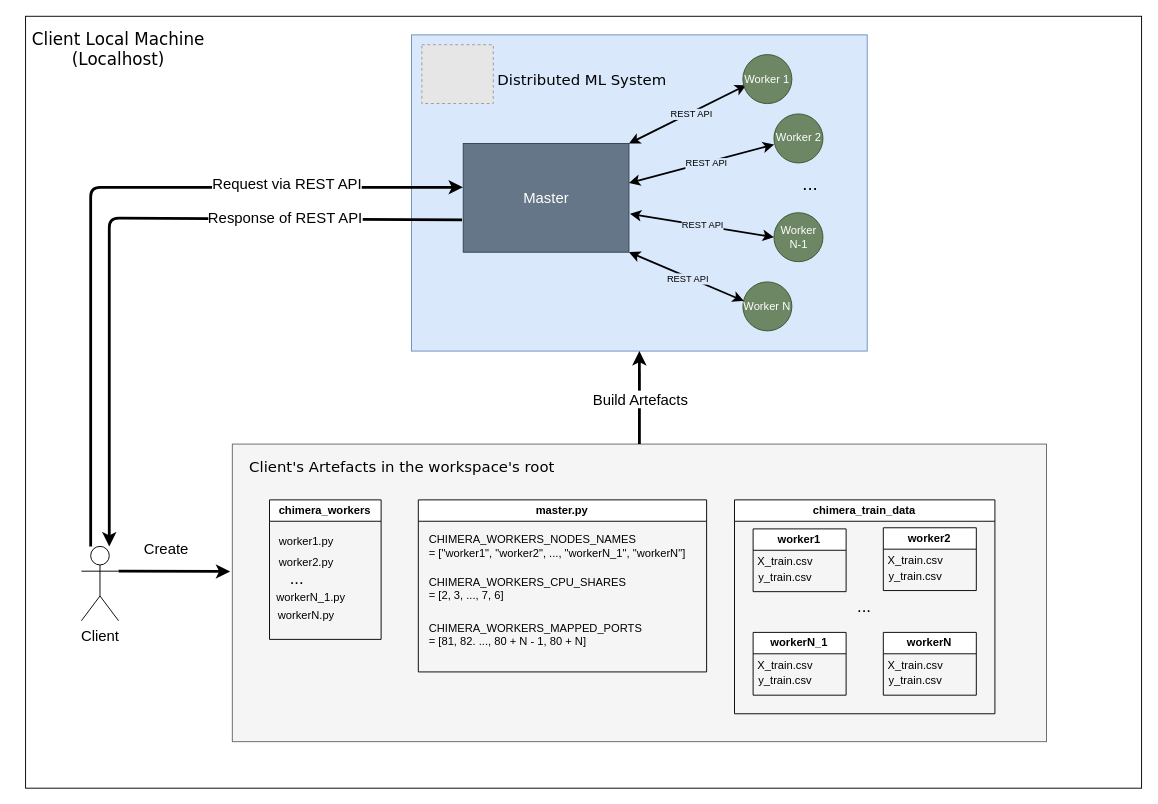
The draw.io diagram images/client/client_interactions.drawio in Samirnunes/chimera, before the edit. Source tidied: cells renumbered, new cells numbered last; positions are measured from the earlier drawing's top-left corner, leaving out a move shared by most shapes. Both pictures are drawn from the tidied source at 93%, with x=0, y=0 at pixel (16, 16). Pictures stored in the file or linked from it are replaced by grey dashed boxes.
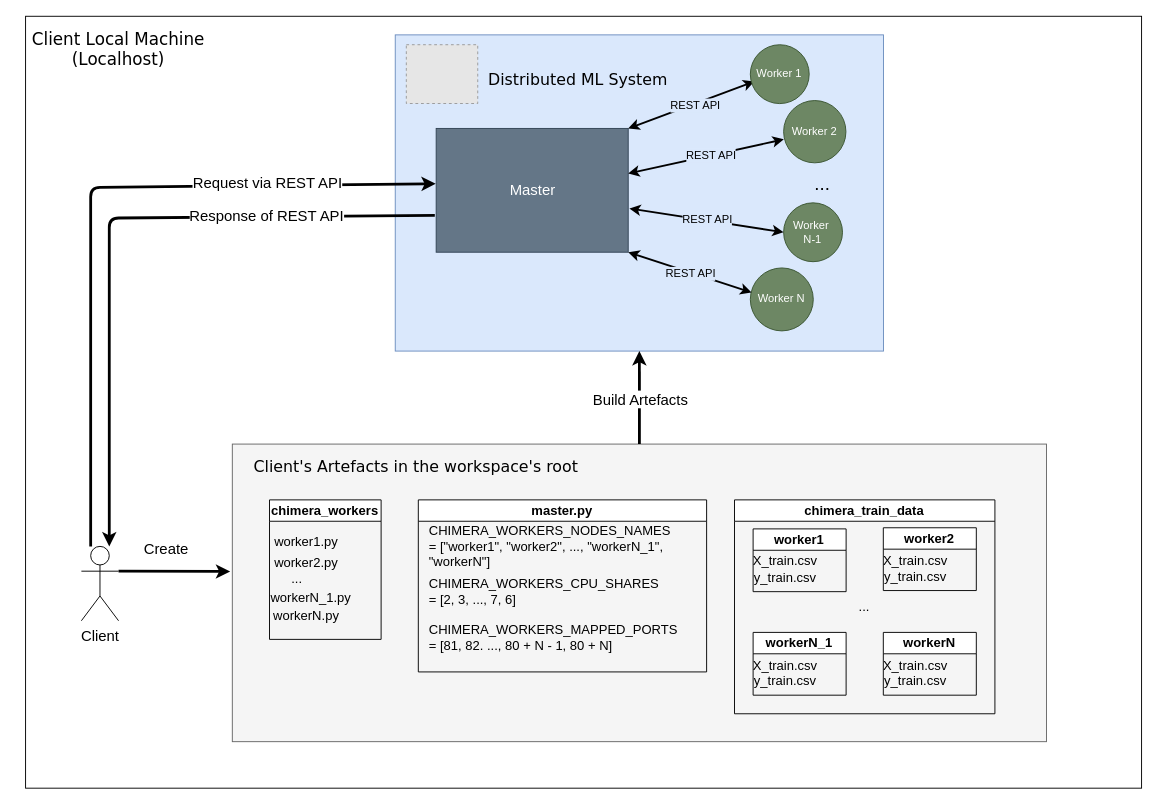
The same diagram, later.

Unchanged cells that the change refers to:
```xml
<mxCell id="11" style="endArrow=classic;startArrow=classic;html=1;exitX=1;exitY=0;exitDx=0;exitDy=0;entryX=0.07;entryY=0.623;entryDx=0;entryDy=0;entryPerimeter=0;strokeWidth=2;" parent="9" edge="1" source="10" target="13">
  <mxGeometry relative="1" as="geometry" />
</mxCell>
<mxCell id="18" style="endArrow=classic;startArrow=classic;html=1;exitX=1;exitY=0.364;exitDx=0;exitDy=0;exitPerimeter=0;entryX=0.003;entryY=0.623;entryDx=0;entryDy=0;entryPerimeter=0;strokeWidth=2;" parent="9" edge="1" source="10" target="14">
  <mxGeometry relative="1" as="geometry" />
</mxCell>
<mxCell id="20" style="endArrow=classic;startArrow=classic;html=1;exitX=1.006;exitY=0.647;exitDx=0;exitDy=0;exitPerimeter=0;entryX=0;entryY=0.5;entryDx=0;entryDy=0;strokeWidth=2;" parent="9" edge="1" source="10" target="15">
  <mxGeometry relative="1" as="geometry" />
</mxCell>
<mxCell id="22" style="endArrow=classic;startArrow=classic;html=1;exitX=1;exitY=1;exitDx=0;exitDy=0;entryX=0.02;entryY=0.39;entryDx=0;entryDy=0;entryPerimeter=0;strokeWidth=2;" parent="9" edge="1" source="10" target="16">
  <mxGeometry relative="1" as="geometry" />
</mxCell>
```

The edit, as a diff of the source:
```diff
@@
-    <mxCell id="6" value="&lt;font face=&quot;Verdana&quot; style=&quot;font-size: 16px;&quot;&gt;Client's Artefacts in the workspace's root&lt;/font&gt;" style="text;html=1;align=center;verticalAlign=middle;whiteSpace=wrap;rounded=0;" parent="1" vertex="1">
-      <mxGeometry x="240" y="470" width="350" height="30" as="geometry" />
+    <mxCell id="6" value="&lt;font face=&quot;Verdana&quot; style=&quot;font-size: 17px;&quot;&gt;Client's Artefacts in the workspace's root&lt;/font&gt;" style="text;html=1;align=center;verticalAlign=middle;whiteSpace=wrap;rounded=0;" parent="1" vertex="1">
+      <mxGeometry x="240" y="470" width="380" height="30" as="geometry" />
     </mxCell>
     <mxCell id="7" style="group;" parent="1" vertex="1">
-      <mxGeometry x="425" y="20" width="490" height="340" as="geometry" />
+      <mxGeometry x="407.5" y="20" width="525" height="340" as="geometry" />
     </mxCell>
     <mxCell id="8" style="rounded=0;whiteSpace=wrap;html=1;fillColor=#dae8fc;strokeColor=#6c8ebf;" parent="7" vertex="1">
-      <mxGeometry width="490" height="340" as="geometry" />
+      <mxGeometry width="525" height="340" as="geometry" />
     </mxCell>
     <mxCell id="9" style="group;" parent="7" vertex="1">
-      <mxGeometry x="11.1" y="10.6" width="456.6" height="308.1" as="geometry" />
+      <mxGeometry x="11.9" y="10.6" width="489.2" height="308.1" as="geometry" />
     </mxCell>
     <mxCell id="10" value="&lt;font style=&quot;color: rgb(255, 255, 255); font-size: 16px;&quot;&gt;Master&lt;/font&gt;" style="rounded=0;whiteSpace=wrap;html=1;fillColor=#647687;strokeColor=#314354;fontColor=#ffffff;" parent="9" vertex="1">
-      <mxGeometry x="44.5" y="106.2" width="178.2" height="116.9" as="geometry" />
+      <mxGeometry x="32.1" y="90" width="206.5" height="133.1" as="geometry" />
     </mxCell>
@@
-    <mxCell id="12" value="REST API" style="edgeLabel;html=1;align=center;verticalAlign=middle;fontSize=10;labelBackgroundColor=light-dark(#dae8fc, #ededed);" parent="11" vertex="1">
+    <mxCell id="12" value="REST API" style="edgeLabel;html=1;align=center;verticalAlign=middle;fontSize=12;labelBackgroundColor=light-dark(#dae8fc, #ededed);" parent="11" vertex="1">
       <mxGeometry x="0.05" y="-1" relative="1" as="geometry" />
     </mxCell>
     <mxCell id="13" value="&lt;font style=&quot;color: rgb(255, 255, 255);&quot;&gt;Worker 1&lt;/font&gt;" style="ellipse;whiteSpace=wrap;html=1;fillColor=#6d8764;strokeColor=#3A5431;fontColor=#ffffff;" parent="9" vertex="1">
-      <mxGeometry x="345.2" y="10.6" width="52.7" height="52.7" as="geometry" />
+      <mxGeometry x="369.9" width="63.3" height="63.3" as="geometry" />
     </mxCell>
     <mxCell id="14" value="&lt;span style=&quot;&quot;&gt;&lt;font style=&quot;color: rgb(255, 255, 255);&quot;&gt;Worker 2&lt;/font&gt;&lt;/span&gt;" style="ellipse;whiteSpace=wrap;html=1;fillColor=#6d8764;strokeColor=#3A5431;fontColor=#ffffff;" parent="9" vertex="1">
-      <mxGeometry x="378.6" y="74.4" width="52.7" height="52.7" as="geometry" />
+      <mxGeometry x="405.7" y="60" width="67" height="67" as="geometry" />
     </mxCell>
-    <mxCell id="15" value="&lt;span style=&quot;&quot;&gt;&lt;font style=&quot;color: rgb(255, 255, 255);&quot;&gt;Worker N-1&lt;/font&gt;&lt;/span&gt;" style="ellipse;whiteSpace=wrap;html=1;fillColor=#6d8764;strokeColor=#3A5431;fontColor=#ffffff;" parent="9" vertex="1">
-      <mxGeometry x="378.6" y="180.6" width="52.7" height="52.7" as="geometry" />
+    <mxCell id="15" value="&lt;span style=&quot;&quot;&gt;&lt;font style=&quot;color: rgb(255, 255, 255);&quot;&gt;Worker&amp;nbsp;&lt;/font&gt;&lt;/span&gt;&lt;div&gt;&lt;span style=&quot;&quot;&gt;&lt;font style=&quot;color: rgb(255, 255, 255);&quot;&gt;N-1&lt;/font&gt;&lt;/span&gt;&lt;/div&gt;" style="ellipse;whiteSpace=wrap;html=1;fillColor=#6d8764;strokeColor=#3A5431;fontColor=#ffffff;" parent="9" vertex="1">
+      <mxGeometry x="405.7" y="170" width="63.3" height="63.3" as="geometry" />
     </mxCell>
     <mxCell id="16" value="&lt;span style=&quot;&quot;&gt;&lt;font style=&quot;color: rgb(255, 255, 255);&quot;&gt;Worker N&lt;/font&gt;&lt;/span&gt;" style="ellipse;whiteSpace=wrap;html=1;fillColor=#6d8764;strokeColor=#3A5431;fontColor=#ffffff;" parent="9" vertex="1">
-      <mxGeometry x="345.2" y="255" width="52.7" height="52.7" as="geometry" />
+      <mxGeometry x="369.9" y="240" width="67.7" height="67.7" as="geometry" />
     </mxCell>
     <mxCell id="17" value="&lt;font style=&quot;font-size: 20px;&quot;&gt;...&lt;/font&gt;" style="text;html=1;align=center;verticalAlign=middle;whiteSpace=wrap;rounded=0;" parent="9" vertex="1">
-      <mxGeometry x="378.6" y="127.5" width="78" height="42.5" as="geometry" />
+      <mxGeometry x="405.7" y="127.5" width="83.5" height="42.5" as="geometry" />
     </mxCell>
@@
-    <mxCell id="19" value="&lt;span style=&quot;color: rgb(0, 0, 0);&quot;&gt;REST API&lt;/span&gt;" style="edgeLabel;html=1;align=center;verticalAlign=middle;fontSize=10;labelBackgroundColor=light-dark(#dae8fc, #ededed);" parent="18" vertex="1">
+    <mxCell id="19" value="&lt;span style=&quot;color: rgb(0, 0, 0);&quot;&gt;REST API&lt;/span&gt;" style="edgeLabel;html=1;align=center;verticalAlign=middle;fontSize=12;labelBackgroundColor=light-dark(#dae8fc, #ededed);" parent="18" vertex="1">
       <mxGeometry x="0.06" relative="1" as="geometry" />
     </mxCell>
@@
-    <mxCell id="21" value="&lt;span style=&quot;color: rgb(0, 0, 0);&quot;&gt;REST API&lt;/span&gt;" style="edgeLabel;html=1;align=center;verticalAlign=middle;fontSize=10;labelBackgroundColor=light-dark(#dae8fc, #ededed);" parent="20" vertex="1">
+    <mxCell id="21" value="&lt;span style=&quot;color: rgb(0, 0, 0);&quot;&gt;REST API&lt;/span&gt;" style="edgeLabel;html=1;align=center;verticalAlign=middle;fontSize=12;labelBackgroundColor=light-dark(#dae8fc, #ededed);" parent="20" vertex="1">
       <mxGeometry y="1" relative="1" as="geometry" />
     </mxCell>
@@
-    <mxCell id="23" value="&lt;span style=&quot;color: rgb(0, 0, 0);&quot;&gt;REST API&lt;/span&gt;" style="edgeLabel;html=1;align=center;verticalAlign=middle;fontSize=10;labelBackgroundColor=light-dark(#dae8fc, #ededed);" parent="22" vertex="1">
+    <mxCell id="23" value="&lt;span style=&quot;color: rgb(0, 0, 0);&quot;&gt;REST API&lt;/span&gt;" style="edgeLabel;html=1;align=center;verticalAlign=middle;fontSize=12;labelBackgroundColor=light-dark(#dae8fc, #ededed);" parent="22" vertex="1">
       <mxGeometry x="0.01" y="-1" relative="1" as="geometry" />
     </mxCell>
-    <mxCell id="24" value="&lt;font face=&quot;Verdana&quot; style=&quot;font-size: 16px;&quot;&gt;&amp;nbsp;Distributed ML System&lt;/font&gt;" style="text;html=1;align=center;verticalAlign=middle;whiteSpace=wrap;rounded=0;" parent="9" vertex="1">
-      <mxGeometry x="63.9" y="21" width="211.6" height="31.9" as="geometry" />
+    <mxCell id="24" value="&lt;font face=&quot;Verdana&quot; style=&quot;font-size: 17px;&quot;&gt;&amp;nbsp;Distributed ML System&lt;/font&gt;" style="text;html=1;align=center;verticalAlign=middle;whiteSpace=wrap;rounded=0;" parent="9" vertex="1">
+      <mxGeometry x="68.4" y="21" width="226.7" height="31.9" as="geometry" />
     </mxCell>
     <mxCell id="25" style="fillColor=#E6E6E6;strokeColor=#999999;dashed=1;verticalLabelPosition=bottom;labelBackgroundColor=default;verticalAlign=top;" parent="7" vertex="1">
-      <mxGeometry x="11.1" y="10.6" width="76.8" height="63.2" as="geometry" />
+      <mxGeometry x="11.9" y="10.6" width="76.8" height="63.2" as="geometry" />
     </mxCell>
-    <mxCell id="26" style="group;" parent="1" vertex="1">
+    <mxCell id="26" style="group;fontSize=14;" parent="1" vertex="1">
       <mxGeometry x="272.3" y="520" width="120" height="150" as="geometry" />
     </mxCell>
-    <mxCell id="27" value="chimera_workers" style="swimlane;whiteSpace=wrap;html=1;" parent="26" vertex="1">
+    <mxCell id="27" value="chimera_workers" style="swimlane;whiteSpace=wrap;html=1;fontSize=14;" parent="26" vertex="1">
       <mxGeometry width="120" height="150" as="geometry" />
     </mxCell>
-    <mxCell id="28" value="worker2.py" style="text;html=1;align=center;verticalAlign=middle;whiteSpace=wrap;rounded=0;" parent="27" vertex="1">
+    <mxCell id="28" value="worker2.py" style="text;html=1;align=center;verticalAlign=middle;whiteSpace=wrap;rounded=0;fontSize=14;" parent="27" vertex="1">
       <mxGeometry x="5" y="52.5" width="70" height="30" as="geometry" />
     </mxCell>
-    <mxCell id="29" value="workerN.py" style="text;html=1;align=center;verticalAlign=middle;whiteSpace=wrap;rounded=0;" parent="27" vertex="1">
+    <mxCell id="29" value="workerN.py" style="text;html=1;align=center;verticalAlign=middle;whiteSpace=wrap;rounded=0;fontSize=14;" parent="27" vertex="1">
       <mxGeometry x="5" y="110" width="70" height="30" as="geometry" />
     </mxCell>
-    <mxCell id="30" value="worker1.py" style="text;html=1;align=center;verticalAlign=middle;whiteSpace=wrap;rounded=0;" parent="26" vertex="1">
+    <mxCell id="30" value="worker1.py" style="text;html=1;align=center;verticalAlign=middle;whiteSpace=wrap;rounded=0;fontSize=14;" parent="26" vertex="1">
       <mxGeometry x="10" y="30" width="60" height="30" as="geometry" />
     </mxCell>
-    <mxCell id="31" value="workerN_1.py" style="text;html=1;align=center;verticalAlign=middle;whiteSpace=wrap;rounded=0;" parent="26" vertex="1">
+    <mxCell id="31" value="workerN_1.py" style="text;html=1;align=center;verticalAlign=middle;whiteSpace=wrap;rounded=0;fontSize=14;" parent="26" vertex="1">
       <mxGeometry x="10" y="90" width="70" height="30" as="geometry" />
     </mxCell>
-    <mxCell id="32" value="&lt;font style=&quot;font-size: 18px;&quot;&gt;...&lt;/font&gt;" style="text;html=1;align=center;verticalAlign=middle;whiteSpace=wrap;rounded=0;" parent="26" vertex="1">
+    <mxCell id="32" value="&lt;font&gt;...&lt;/font&gt;" style="text;html=1;align=center;verticalAlign=middle;whiteSpace=wrap;rounded=0;fontSize=14;" parent="26" vertex="1">
       <mxGeometry y="70" width="60" height="30" as="geometry" />
     </mxCell>
-    <mxCell id="33" style="group;" parent="1" vertex="1">
+    <mxCell id="33" style="group;fontSize=14;" parent="1" vertex="1">
       <mxGeometry x="432.3" y="520" width="310" height="185" as="geometry" />
     </mxCell>
-    <mxCell id="34" value="master.py" style="swimlane;whiteSpace=wrap;html=1;" parent="33" vertex="1">
+    <mxCell id="34" value="master.py" style="swimlane;whiteSpace=wrap;html=1;fontSize=14;" parent="33" vertex="1">
       <mxGeometry width="310" height="185" as="geometry" />
     </mxCell>
-    <mxCell id="35" value="&lt;font&gt;CHIMERA_WORKERS_NODES_NAMES&lt;/font&gt;&lt;div&gt;&lt;font&gt;=&amp;nbsp;[&quot;worker1&quot;, &quot;worker2&quot;, ..., &quot;workerN_1&quot;, &quot;workerN&quot;]&lt;/font&gt;&lt;/div&gt;" style="text;html=1;align=left;verticalAlign=middle;whiteSpace=wrap;rounded=0;" parent="34" vertex="1">
+    <mxCell id="35" value="&lt;font&gt;CHIMERA_WORKERS_NODES_NAMES&lt;/font&gt;&lt;div&gt;&lt;font&gt;=&amp;nbsp;[&quot;worker1&quot;, &quot;worker2&quot;, ..., &quot;workerN_1&quot;, &quot;workerN&quot;]&lt;/font&gt;&lt;/div&gt;" style="text;html=1;align=left;verticalAlign=middle;whiteSpace=wrap;rounded=0;fontSize=14;" parent="34" vertex="1">
       <mxGeometry x="10" y="35" width="280" height="30" as="geometry" />
     </mxCell>
-    <mxCell id="36" value="CHIMERA_WORKERS_MAPPED_PORTS&#10;= [81, 82. ..., 80 + N - 1, 80 + N]" style="text;whiteSpace=wrap;" parent="34" vertex="1">
+    <mxCell id="36" value="CHIMERA_WORKERS_MAPPED_PORTS&#10;= [81, 82. ..., 80 + N - 1, 80 + N]" style="text;whiteSpace=wrap;fontSize=14;" parent="34" vertex="1">
       <mxGeometry x="10" y="125" width="260" height="40" as="geometry" />
     </mxCell>
-    <mxCell id="37" value="CHIMERA_WORKERS_CPU_SHARES &#10;= [2, 3, ..., 7, 6]" style="text;whiteSpace=wrap;" parent="33" vertex="1">
+    <mxCell id="37" value="CHIMERA_WORKERS_CPU_SHARES &#10;= [2, 3, ..., 7, 6]" style="text;whiteSpace=wrap;fontSize=14;" parent="33" vertex="1">
       <mxGeometry x="10" y="75" width="250" height="40" as="geometry" />
     </mxCell>
-    <mxCell id="38" style="group;" parent="1" vertex="1">
+    <mxCell id="38" style="group;fontSize=14;" parent="1" vertex="1">
       <mxGeometry x="772.3" y="520" width="280" height="230" as="geometry" />
     </mxCell>
-    <mxCell id="39" value="chimera_train_data" style="swimlane;whiteSpace=wrap;html=1;" parent="38" vertex="1">
+    <mxCell id="39" value="chimera_train_data" style="swimlane;whiteSpace=wrap;html=1;fontSize=14;" parent="38" vertex="1">
       <mxGeometry width="280" height="230" as="geometry" />
     </mxCell>
-    <mxCell id="40" value="worker2" style="swimlane;whiteSpace=wrap;html=1;startSize=23;" parent="38" vertex="1">
+    <mxCell id="40" value="worker2" style="swimlane;whiteSpace=wrap;html=1;startSize=23;fontSize=14;" parent="38" vertex="1">
       <mxGeometry x="160" y="30" width="100" height="67.5" as="geometry" />
     </mxCell>
-    <mxCell id="41" value="workerN_1" style="swimlane;whiteSpace=wrap;html=1;startSize=23;" parent="38" vertex="1">
+    <mxCell id="41" value="workerN_1" style="swimlane;whiteSpace=wrap;html=1;startSize=23;fontSize=14;" parent="38" vertex="1">
       <mxGeometry x="20" y="142.5" width="100" height="67.5" as="geometry" />
     </mxCell>
-    <mxCell id="42" value="workerN" style="swimlane;whiteSpace=wrap;html=1;startSize=23;" parent="38" vertex="1">
+    <mxCell id="42" value="workerN" style="swimlane;whiteSpace=wrap;html=1;startSize=23;fontSize=14;" parent="38" vertex="1">
       <mxGeometry x="160" y="142.5" width="100" height="67.5" as="geometry" />
     </mxCell>
-    <mxCell id="43" value="&lt;font style=&quot;font-size: 18px;&quot;&gt;...&lt;/font&gt;" style="text;html=1;align=center;verticalAlign=middle;whiteSpace=wrap;rounded=0;" parent="38" vertex="1">
+    <mxCell id="43" value="&lt;font&gt;...&lt;/font&gt;" style="text;html=1;align=center;verticalAlign=middle;whiteSpace=wrap;rounded=0;fontSize=14;" parent="38" vertex="1">
       <mxGeometry x="110" y="100" width="60" height="30" as="geometry" />
     </mxCell>
-    <mxCell id="44" value="worker1" style="swimlane;whiteSpace=wrap;html=1;startSize=23;" parent="38" vertex="1">
+    <mxCell id="44" value="worker1" style="swimlane;whiteSpace=wrap;html=1;startSize=23;fontSize=14;" parent="38" vertex="1">
       <mxGeometry x="20" y="31.2" width="100" height="67.5" as="geometry" />
     </mxCell>
-    <mxCell id="45" value="X_train.csv" style="text;html=1;align=center;verticalAlign=middle;whiteSpace=wrap;rounded=0;" parent="38" vertex="1">
+    <mxCell id="45" value="X_train.csv" style="text;html=1;align=center;verticalAlign=middle;whiteSpace=wrap;rounded=0;fontSize=14;" parent="38" vertex="1">
       <mxGeometry x="25" y="51.2" width="60" height="30" as="geometry" />
     </mxCell>
-    <mxCell id="46" value="y_train.csv" style="text;html=1;align=center;verticalAlign=middle;whiteSpace=wrap;rounded=0;" parent="38" vertex="1">
+    <mxCell id="46" value="y_train.csv" style="text;html=1;align=center;verticalAlign=middle;whiteSpace=wrap;rounded=0;fontSize=14;" parent="38" vertex="1">
       <mxGeometry x="25" y="68.8" width="60" height="30" as="geometry" />
     </mxCell>
-    <mxCell id="47" value="X_train.csv" style="text;html=1;align=center;verticalAlign=middle;whiteSpace=wrap;rounded=0;" parent="38" vertex="1">
+    <mxCell id="47" value="X_train.csv" style="text;html=1;align=center;verticalAlign=middle;whiteSpace=wrap;rounded=0;fontSize=14;" parent="38" vertex="1">
       <mxGeometry x="165" y="50" width="60" height="30" as="geometry" />
     </mxCell>
-    <mxCell id="48" value="y_train.csv" style="text;html=1;align=center;verticalAlign=middle;whiteSpace=wrap;rounded=0;" parent="38" vertex="1">
+    <mxCell id="48" value="y_train.csv" style="text;html=1;align=center;verticalAlign=middle;whiteSpace=wrap;rounded=0;fontSize=14;" parent="38" vertex="1">
       <mxGeometry x="165" y="67.5" width="60" height="30" as="geometry" />
     </mxCell>
-    <mxCell id="49" value="X_train.csv" style="text;html=1;align=center;verticalAlign=middle;whiteSpace=wrap;rounded=0;" parent="38" vertex="1">
+    <mxCell id="49" value="X_train.csv" style="text;html=1;align=center;verticalAlign=middle;whiteSpace=wrap;rounded=0;fontSize=14;" parent="38" vertex="1">
       <mxGeometry x="25" y="162.5" width="60" height="30" as="geometry" />
     </mxCell>
-    <mxCell id="50" value="y_train.csv" style="text;html=1;align=center;verticalAlign=middle;whiteSpace=wrap;rounded=0;" parent="38" vertex="1">
+    <mxCell id="50" value="y_train.csv" style="text;html=1;align=center;verticalAlign=middle;whiteSpace=wrap;rounded=0;fontSize=14;" parent="38" vertex="1">
       <mxGeometry x="25" y="180" width="60" height="30" as="geometry" />
     </mxCell>
-    <mxCell id="51" value="X_train.csv" style="text;html=1;align=center;verticalAlign=middle;whiteSpace=wrap;rounded=0;" parent="38" vertex="1">
+    <mxCell id="51" value="X_train.csv" style="text;html=1;align=center;verticalAlign=middle;whiteSpace=wrap;rounded=0;fontSize=14;" parent="38" vertex="1">
       <mxGeometry x="165" y="162.5" width="60" height="30" as="geometry" />
     </mxCell>
-    <mxCell id="52" value="y_train.csv" style="text;html=1;align=center;verticalAlign=middle;whiteSpace=wrap;rounded=0;" parent="38" vertex="1">
+    <mxCell id="52" value="y_train.csv" style="text;html=1;align=center;verticalAlign=middle;whiteSpace=wrap;rounded=0;fontSize=14;" parent="38" vertex="1">
       <mxGeometry x="165" y="180" width="60" height="30" as="geometry" />
     </mxCell>
@@
-    <mxCell id="57" style="endArrow=classic;html=1;entryX=-0.002;entryY=0.403;entryDx=0;entryDy=0;entryPerimeter=0;strokeWidth=3;" parent="1" edge="1" target="10">
+    <mxCell id="57" style="endArrow=classic;html=1;strokeWidth=3;" parent="1" edge="1">
       <mxGeometry relative="1" as="geometry">
         <mxPoint x="80" y="570" as="sourcePoint" />
+        <mxPoint x="451" y="180" as="targetPoint" />
         <Array as="points">
           <mxPoint x="80" y="184" />
         </Array>
       </mxGeometry>
     </mxCell>
```
